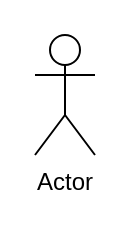
Before: ER-Charts/用例图-学生.drawio in ShiaoYoung/Database-course_design, a draw.io diagram. Source tidied: cells renumbered, new cells numbered last; positions are measured from the earlier drawing's top-left corner, leaving out a move shared by most shapes. Both pictures are drawn from the tidied source at 200%, with x=0, y=0 at pixel (34, 34).
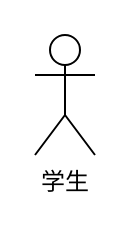
The same diagram, later.

Commit message (it also covers changes not shown here):
更新用例图-学生.drawio

Diff of the diagram source:
```diff
@@
 <mxGraphModel>
   <root>
     <mxCell id="0" />
     <mxCell id="1" parent="0" />
-    <mxCell id="2" value="Actor" style="shape=umlActor;verticalLabelPosition=bottom;verticalAlign=top;html=1;" parent="1" vertex="1">
+    <mxCell id="2" value="学生" style="shape=umlActor;verticalLabelPosition=bottom;verticalAlign=top;html=1;" parent="1" vertex="1">
       <mxGeometry width="30" height="60" as="geometry" />
     </mxCell>
   </root>
 </mxGraphModel>
```
